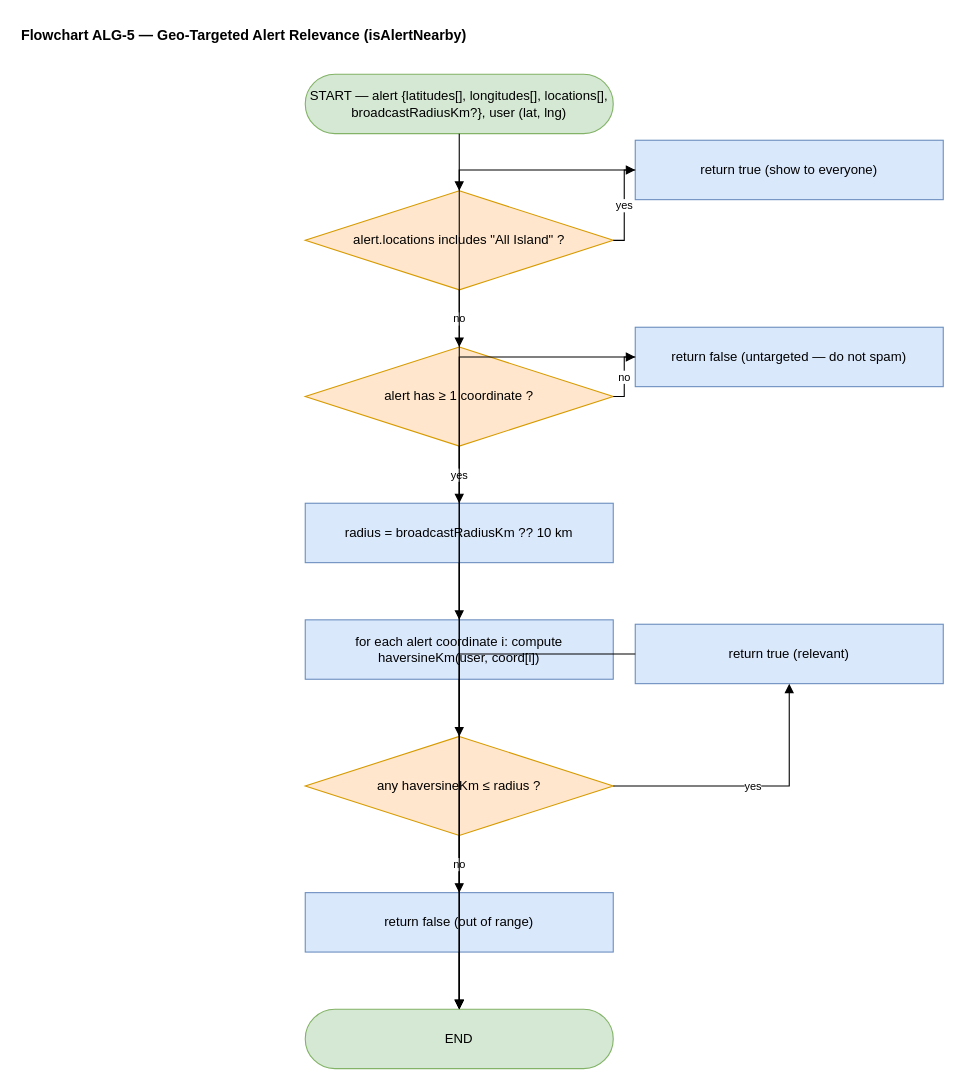
Above: research-report-source/diagrams/Flowchart_ALG-5_Geo_Targeted_Alert_Relevance.drawio in DeshanDV1003/Suraksha---Web-App (draw.io), before the change. Source tidied: cells renumbered, new cells numbered last; positions are measured from the earlier drawing's top-left corner, leaving out a move shared by most shapes. Both pictures are drawn from the tidied source at 110%, with x=0, y=0 at pixel (19, 19).
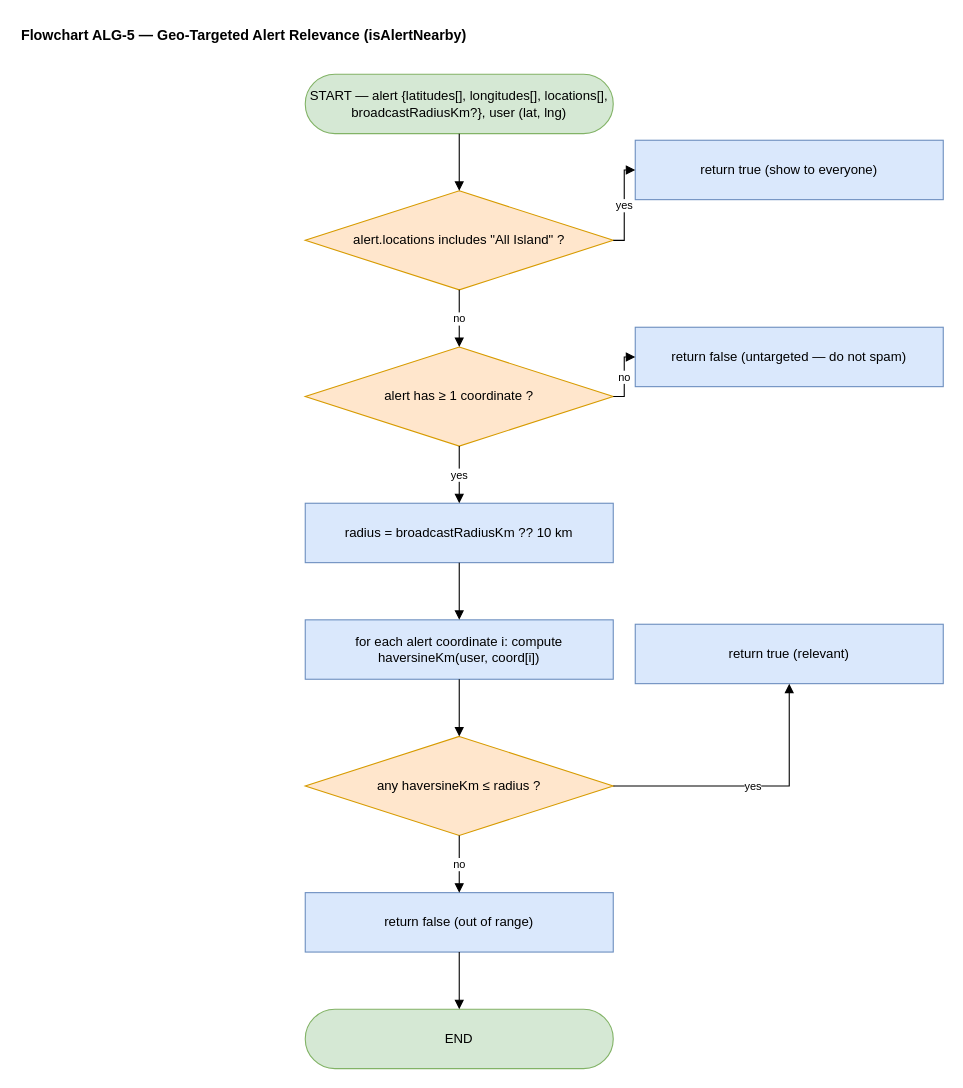
Above is the later version.

The change refers to these unchanged cells:
```xml
<mxCell id="5" value="return true (show to everyone)" style="rounded=0;whiteSpace=wrap;html=1;fillColor=#dae8fc;strokeColor=#6c8ebf;" parent="1" vertex="1">
  <mxGeometry x="560" y="110" width="280" height="54" as="geometry" />
</mxCell>
<mxCell id="7" value="return false (untargeted — do not spam)" style="rounded=0;whiteSpace=wrap;html=1;fillColor=#dae8fc;strokeColor=#6c8ebf;" parent="1" vertex="1">
  <mxGeometry x="560" y="280" width="280" height="54" as="geometry" />
</mxCell>
<mxCell id="11" value="return true (relevant)" style="rounded=0;whiteSpace=wrap;html=1;fillColor=#dae8fc;strokeColor=#6c8ebf;" parent="1" vertex="1">
  <mxGeometry x="560" y="550" width="280" height="54" as="geometry" />
</mxCell>
<mxCell id="13" value="END" style="rounded=1;arcSize=50;whiteSpace=wrap;html=1;fillColor=#d5e8d4;strokeColor=#82b366;" parent="1" vertex="1">
  <mxGeometry x="260" y="900" width="280" height="54" as="geometry" />
</mxCell>
```

The edit, as a diff of the source:
```diff
@@
-    <mxCell id="20" style="edgeStyle=orthogonalEdgeStyle;rounded=0;html=1;endArrow=block;fontSize=10;" parent="1" edge="1" source="5" target="13">
-      <mxGeometry relative="1" as="geometry" />
-    </mxCell>
@@
-    <mxCell id="23" style="edgeStyle=orthogonalEdgeStyle;rounded=0;html=1;endArrow=block;fontSize=10;" parent="1" edge="1" source="7" target="13">
-      <mxGeometry relative="1" as="geometry" />
-    </mxCell>
@@
-    <mxCell id="26" style="edgeStyle=orthogonalEdgeStyle;rounded=0;html=1;endArrow=block;fontSize=10;" parent="1" edge="1" source="11" target="13">
-      <mxGeometry relative="1" as="geometry" />
-    </mxCell>
```
